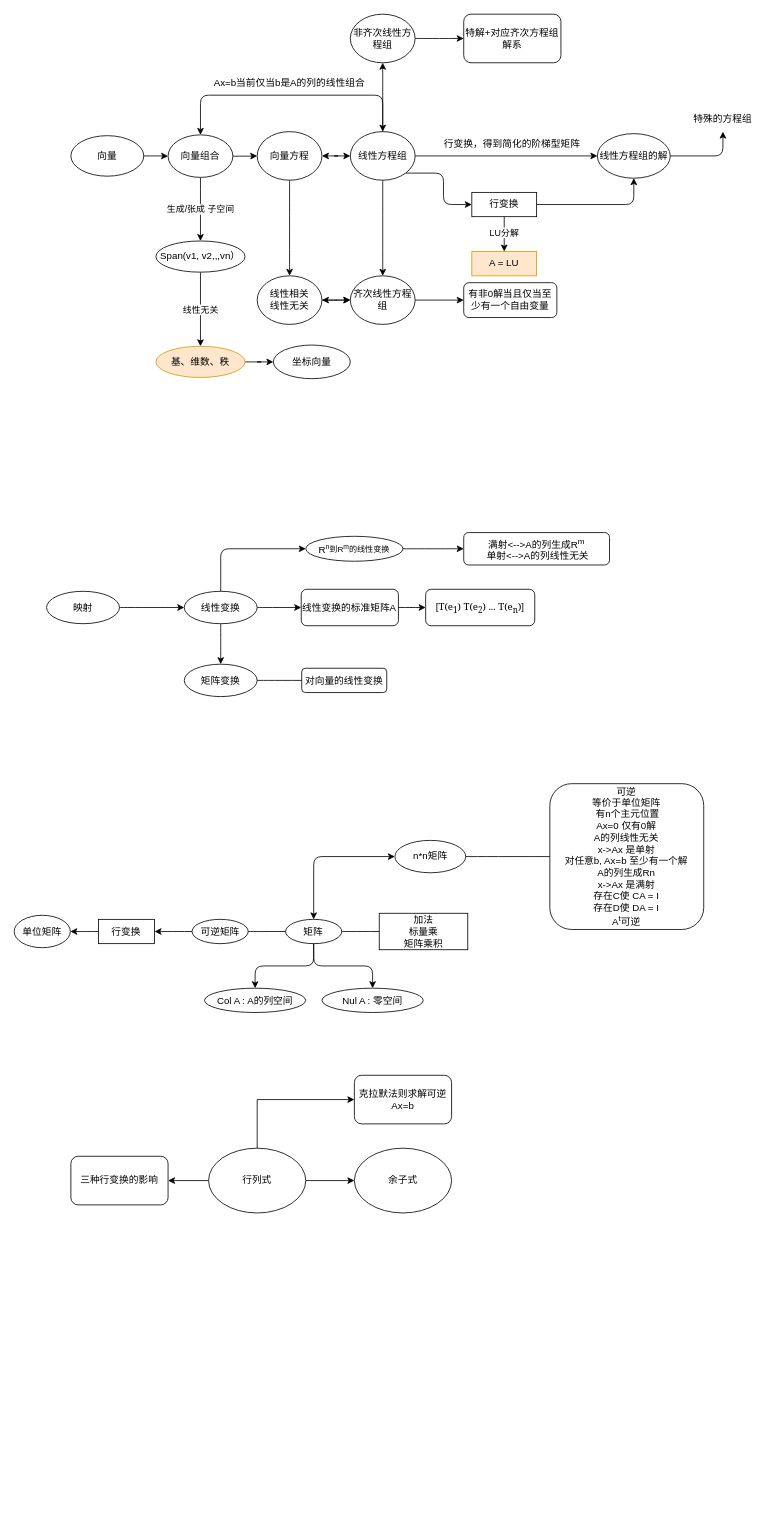
Above: 线性代数.drawio in haithink/diagrams (draw.io), before the change. Source tidied: cells renumbered, new cells numbered last; positions are measured from the earlier drawing's top-left corner, leaving out a move shared by most shapes. Both pictures are drawn from the tidied source at 81%, with x=0, y=0 at pixel (14, 14).
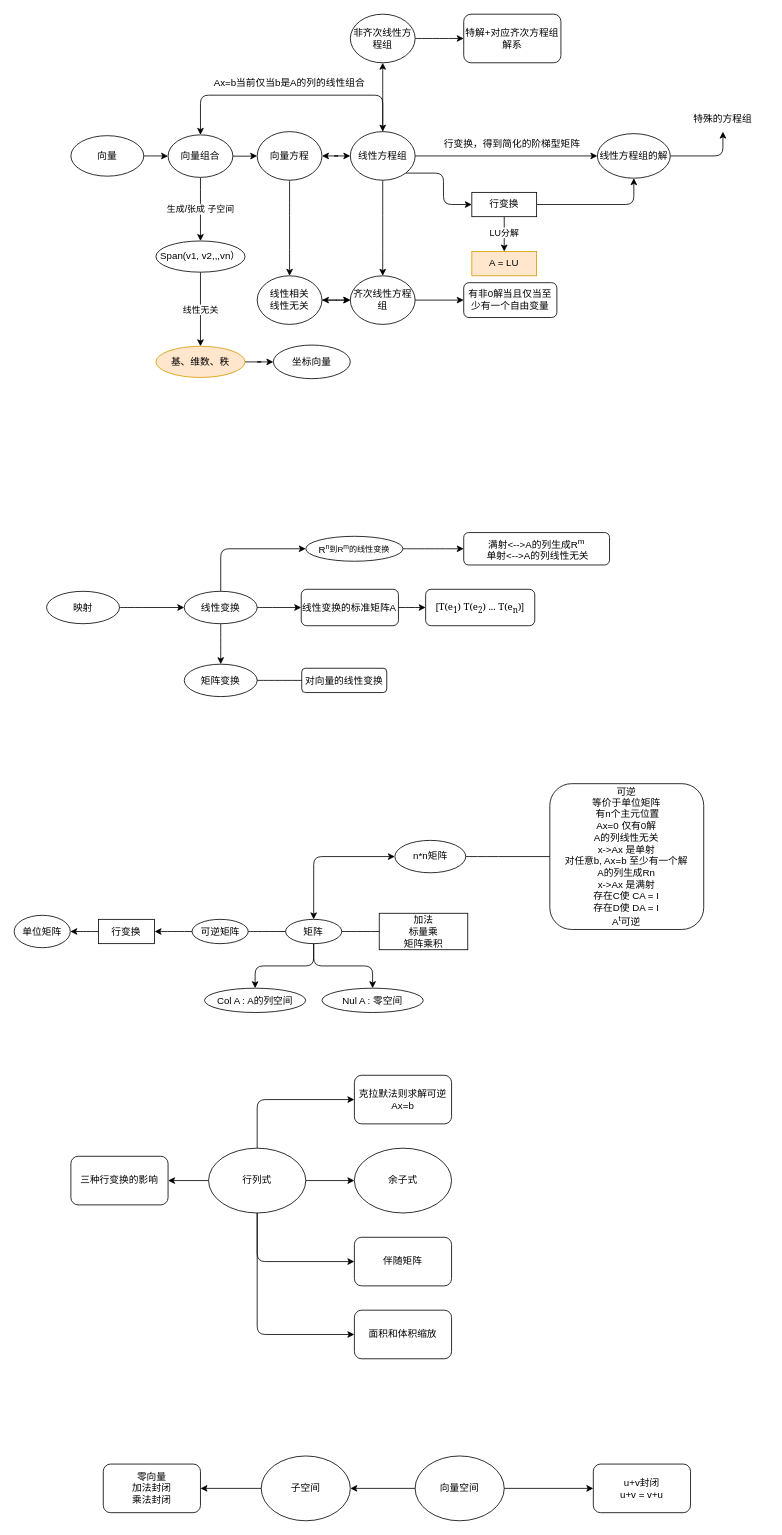
Above is the later version.

Commit message (it also covers changes not shown here):
更新线性代数.drawio

The change refers to these unchanged cells:
```xml
<mxCell id="79" value="行列式" style="ellipse;whiteSpace=wrap;html=1;" parent="1" vertex="1">
  <mxGeometry x="240" y="1400" width="120" height="80" as="geometry" />
</mxCell>
<mxCell id="82" value="克拉默法则求解可逆Ax=b" style="rounded=1;whiteSpace=wrap;html=1;" parent="1" vertex="1">
  <mxGeometry x="420" y="1310" width="120" height="60" as="geometry" />
</mxCell>
```

The edit, as a diff of the source:
```diff
@@
-    <mxCell id="78" style="edgeStyle=orthogonalEdgeStyle;rounded=0;jettySize=auto;html=1;exitX=0.5;exitY=0;exitDx=0;exitDy=0;entryX=0;entryY=0.5;entryDx=0;entryDy=0;" parent="1" edge="1" source="79" target="82">
+    <mxCell id="78" style="edgeStyle=orthogonalEdgeStyle;rounded=1;jettySize=auto;html=1;exitX=0.5;exitY=0;exitDx=0;exitDy=0;entryX=0;entryY=0.5;entryDx=0;entryDy=0;" parent="1" edge="1" source="79" target="82">
       <mxGeometry relative="1" as="geometry" />
     </mxCell>
+    <mxCell id="83" style="edgeStyle=orthogonalEdgeStyle;rounded=1;jettySize=auto;html=1;exitX=0.5;exitY=1;exitDx=0;exitDy=0;entryX=0;entryY=0.5;entryDx=0;entryDy=0;" parent="1" edge="1" source="79" target="85">
+      <mxGeometry relative="1" as="geometry" />
+    </mxCell>
+    <mxCell id="84" style="edgeStyle=orthogonalEdgeStyle;rounded=1;jettySize=auto;html=1;exitX=0.5;exitY=1;exitDx=0;exitDy=0;entryX=0;entryY=0.5;entryDx=0;entryDy=0;" parent="1" edge="1" source="79" target="86">
+      <mxGeometry relative="1" as="geometry" />
+    </mxCell>
@@
+    <mxCell id="85" value="伴随矩阵" style="rounded=1;whiteSpace=wrap;html=1;" parent="1" vertex="1">
+      <mxGeometry x="420" y="1510" width="120" height="60" as="geometry" />
+    </mxCell>
+    <mxCell id="86" value="面积和体积缩放" style="rounded=1;whiteSpace=wrap;html=1;" parent="1" vertex="1">
+      <mxGeometry x="420" y="1600" width="120" height="60" as="geometry" />
+    </mxCell>
+    <mxCell id="87" style="group;" parent="1" vertex="1">
+      <mxGeometry x="110" y="1780" width="725" height="80" as="geometry" />
+    </mxCell>
+    <mxCell id="88" value="向量空间" style="ellipse;whiteSpace=wrap;html=1;" parent="87" vertex="1">
+      <mxGeometry x="385" width="110" height="80" as="geometry" />
+    </mxCell>
+    <mxCell id="89" value="u+v封闭&lt;br&gt;u+v = v+u" style="whiteSpace=wrap;html=1;rounded=1;" parent="87" vertex="1">
+      <mxGeometry x="605" y="10" width="120" height="60" as="geometry" />
+    </mxCell>
+    <mxCell id="90" style="edgeStyle=orthogonalEdgeStyle;rounded=1;jettySize=auto;html=1;exitX=1;exitY=0.5;exitDx=0;exitDy=0;entryX=0;entryY=0.5;entryDx=0;entryDy=0;" parent="87" edge="1" source="88" target="89">
+      <mxGeometry relative="1" as="geometry" />
+    </mxCell>
+    <mxCell id="91" value="子空间" style="ellipse;whiteSpace=wrap;html=1;" parent="87" vertex="1">
+      <mxGeometry x="195" width="110" height="80" as="geometry" />
+    </mxCell>
+    <mxCell id="92" style="edgeStyle=orthogonalEdgeStyle;rounded=1;jettySize=auto;html=1;" parent="87" edge="1" source="88" target="91">
+      <mxGeometry relative="1" as="geometry" />
+    </mxCell>
+    <mxCell id="93" value="零向量&lt;br&gt;加法封闭&lt;br&gt;乘法封闭" style="whiteSpace=wrap;html=1;rounded=1;" parent="87" vertex="1">
+      <mxGeometry y="10" width="120" height="60" as="geometry" />
+    </mxCell>
+    <mxCell id="94" style="edgeStyle=orthogonalEdgeStyle;rounded=1;jettySize=auto;html=1;" parent="87" edge="1" source="91" target="93">
+      <mxGeometry relative="1" as="geometry" />
+    </mxCell>
```
